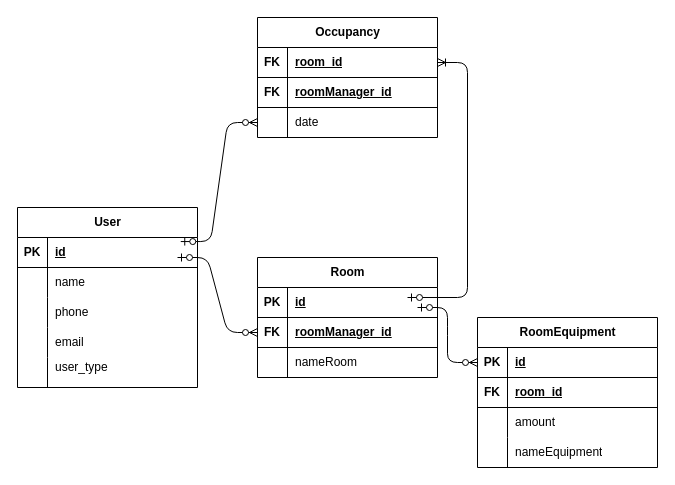
The draw.io diagram banco.drawio in LoganGabi/EspacoFacil, before the edit. Source tidied: cells renumbered, new cells numbered last; positions are measured from the earlier drawing's top-left corner, leaving out a move shared by most shapes. Both pictures are drawn from the tidied source at 100%, with x=0, y=0 at pixel (17, 17).
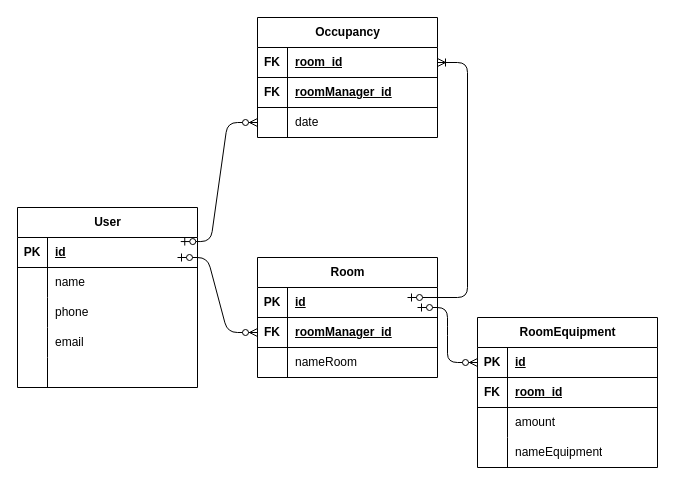
The same diagram, later.

Unchanged cells that the change refers to:
```xml
<mxCell id="15" style="shape=tableRow;horizontal=0;startSize=0;swimlaneHead=0;swimlaneBody=0;fillColor=none;top=0;left=0;right=0;bottom=0;" parent="2" vertex="1">
  <mxGeometry y="150" width="180" height="30" as="geometry" />
</mxCell>
```

Diff of the diagram source:
```diff
@@
-    <mxCell id="17" value="user_type&lt;div&gt;&lt;br&gt;&lt;/div&gt;" style="shape=partialRectangle;fillColor=none;top=0;left=0;bottom=0;right=0;align=left;spacingLeft=6;overflow=hidden;whiteSpace=wrap;html=1;" parent="15" vertex="1">
+    <mxCell id="17" style="shape=partialRectangle;fillColor=none;top=0;left=0;bottom=0;right=0;align=left;spacingLeft=6;overflow=hidden;whiteSpace=wrap;html=1;" parent="15" vertex="1">
       <mxGeometry x="30" width="150" height="30" as="geometry" />
     </mxCell>
```
